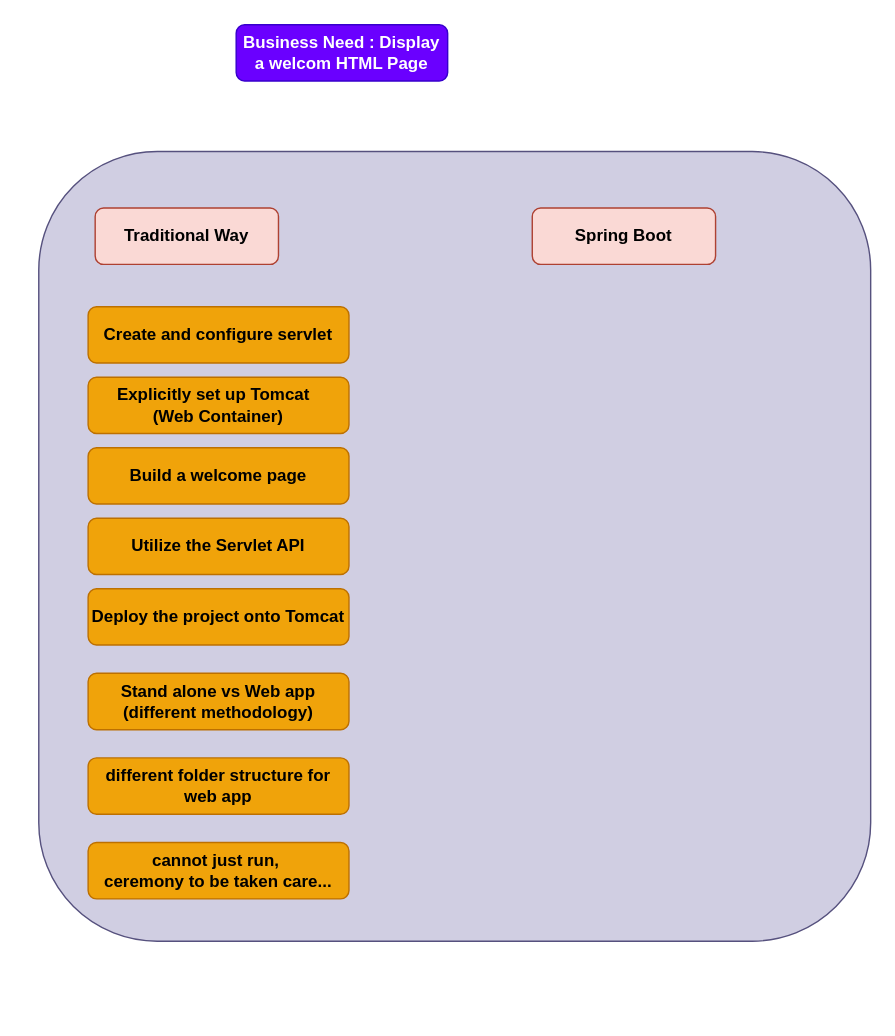
The draw.io diagram page "SpringBoot" (11 of 11) of LET US DRAW/LET US DRAW.drawio in aushub230123/ausGit, before the edit. Source tidied: cells renumbered, new cells numbered last; positions are measured from the earlier drawing's top-left corner, leaving out a move shared by most shapes. Both pictures are drawn from the tidied source at 141%, with x=0, y=0 at pixel (38, 24).
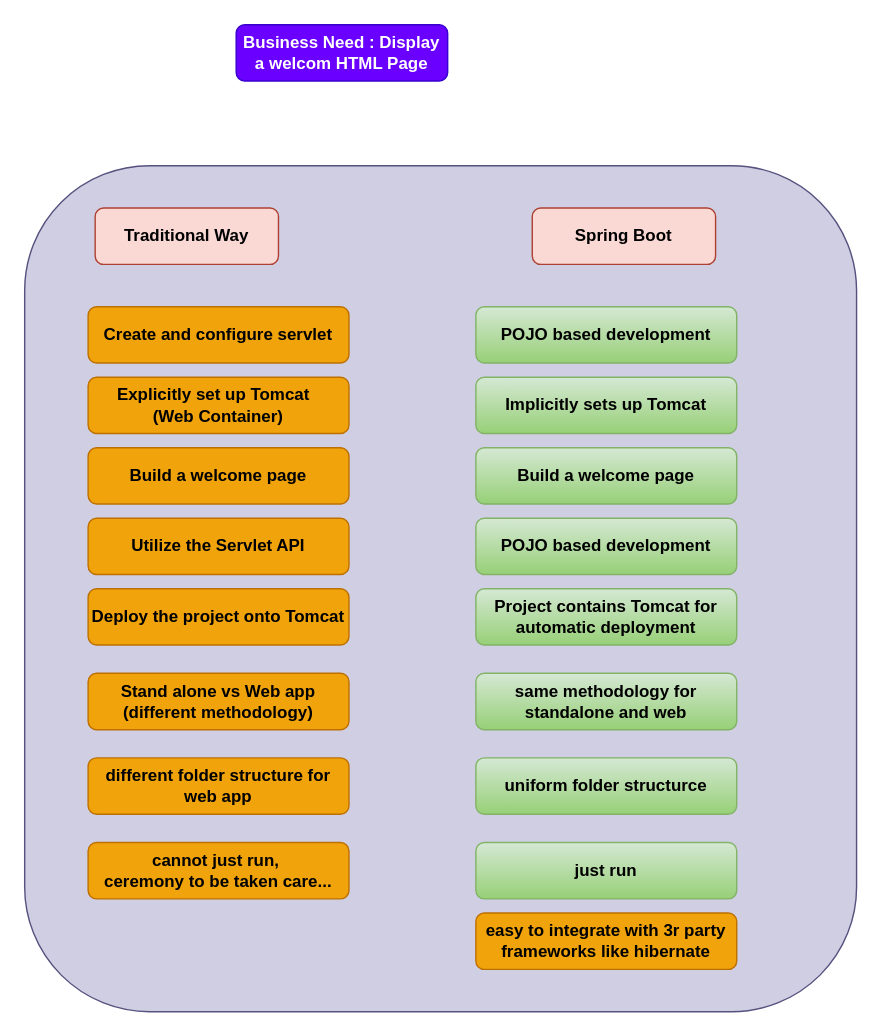
The same page after the edit.

What changed in the source:
```diff
@@
     <mxCell id="3" style="rounded=1;whiteSpace=wrap;html=1;fillColor=#d0cee2;strokeColor=#56517e;verticalAlign=bottom;" parent="1" vertex="1">
-      <mxGeometry y="90" width="590" height="560" as="geometry" />
+      <mxGeometry x="-10" y="100" width="590" height="600" as="geometry" />
     </mxCell>
@@
+    <mxCell id="14" value="POJO based development" style="rounded=1;whiteSpace=wrap;html=1;fillColor=#d5e8d4;strokeColor=#82b366;fontStyle=1;gradientColor=#97d077;" parent="1" vertex="1">
+      <mxGeometry x="310" y="200" width="185" height="40" as="geometry" />
+    </mxCell>
+    <mxCell id="15" value="Implicitly sets up Tomcat" style="rounded=1;whiteSpace=wrap;html=1;fillColor=#d5e8d4;strokeColor=#82b366;fontStyle=1;gradientColor=#97d077;" parent="1" vertex="1">
+      <mxGeometry x="310" y="250" width="185" height="40" as="geometry" />
+    </mxCell>
+    <mxCell id="16" value="Build a welcome page" style="rounded=1;whiteSpace=wrap;html=1;fillColor=#d5e8d4;strokeColor=#82b366;fontStyle=1;gradientColor=#97d077;" parent="1" vertex="1">
+      <mxGeometry x="310" y="300" width="185" height="40" as="geometry" />
+    </mxCell>
+    <mxCell id="17" value="POJO based development" style="rounded=1;whiteSpace=wrap;html=1;fillColor=#d5e8d4;strokeColor=#82b366;fontStyle=1;gradientColor=#97d077;" parent="1" vertex="1">
+      <mxGeometry x="310" y="350" width="185" height="40" as="geometry" />
+    </mxCell>
+    <mxCell id="18" value="Project contains Tomcat for automatic deployment" style="rounded=1;whiteSpace=wrap;html=1;fillColor=#d5e8d4;strokeColor=#82b366;fontStyle=1;gradientColor=#97d077;" parent="1" vertex="1">
+      <mxGeometry x="310" y="400" width="185" height="40" as="geometry" />
+    </mxCell>
+    <mxCell id="19" value="same methodology for standalone and web" style="rounded=1;whiteSpace=wrap;html=1;fillColor=#d5e8d4;strokeColor=#82b366;fontStyle=1;gradientColor=#97d077;" parent="1" vertex="1">
+      <mxGeometry x="310" y="460" width="185" height="40" as="geometry" />
+    </mxCell>
+    <mxCell id="20" value="uniform folder structurce" style="rounded=1;whiteSpace=wrap;html=1;fillColor=#d5e8d4;strokeColor=#82b366;fontStyle=1;gradientColor=#97d077;" parent="1" vertex="1">
+      <mxGeometry x="310" y="520" width="185" height="40" as="geometry" />
+    </mxCell>
+    <mxCell id="21" value="just run" style="rounded=1;whiteSpace=wrap;html=1;fillColor=#d5e8d4;strokeColor=#82b366;fontStyle=1;gradientColor=#97d077;" parent="1" vertex="1">
+      <mxGeometry x="310" y="580" width="185" height="40" as="geometry" />
+    </mxCell>
+    <mxCell id="22" value="easy to integrate with 3r party frameworks like hibernate" style="rounded=1;whiteSpace=wrap;html=1;fillColor=#f0a30a;strokeColor=#BD7000;fontStyle=1;fontColor=#000000;" parent="1" vertex="1">
+      <mxGeometry x="310" y="630" width="185" height="40" as="geometry" />
+    </mxCell>
```
